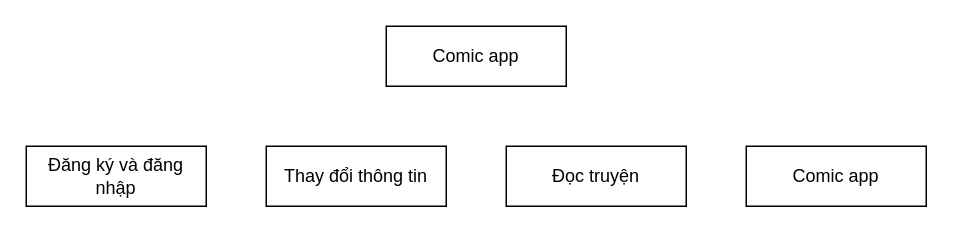
CosmicFishi/test_ki-m_th- keeps this draw.io diagram as Untitled Diagram.drawio. Above is the earlier version. Source tidied: cells renumbered, new cells numbered last; positions are measured from the earlier drawing's top-left corner, leaving out a move shared by most shapes. Both pictures are drawn from the tidied source at 150%, with x=0, y=0 at pixel (26, 26).
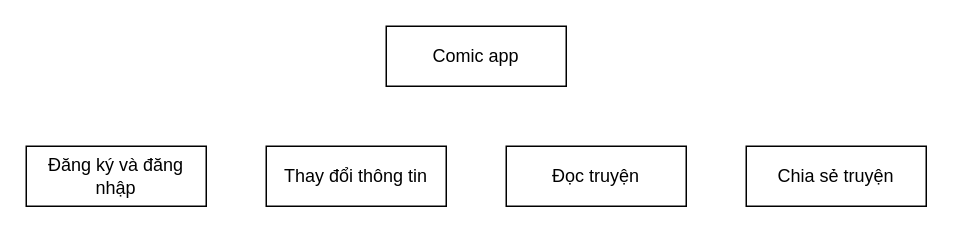
The same page after the edit.

What changed in the source:
```diff
@@
 <mxGraphModel>
   <root>
     <mxCell id="0" />
     <mxCell id="1" parent="0" />
     <mxCell id="2" value="Comic app" style="rounded=0;whiteSpace=wrap;html=1;" parent="1" vertex="1">
       <mxGeometry x="240" width="120" height="40" as="geometry" />
     </mxCell>
     <mxCell id="3" value="Đăng ký và đăng nhập" style="rounded=0;whiteSpace=wrap;html=1;" parent="1" vertex="1">
       <mxGeometry y="80" width="120" height="40" as="geometry" />
     </mxCell>
     <mxCell id="4" value="Thay đổi thông tin" style="rounded=0;whiteSpace=wrap;html=1;" parent="1" vertex="1">
       <mxGeometry x="160" y="80" width="120" height="40" as="geometry" />
     </mxCell>
     <mxCell id="5" value="Đọc truyện" style="rounded=0;whiteSpace=wrap;html=1;" parent="1" vertex="1">
       <mxGeometry x="320" y="80" width="120" height="40" as="geometry" />
     </mxCell>
-    <mxCell id="6" value="Comic app" style="rounded=0;whiteSpace=wrap;html=1;" parent="1" vertex="1">
+    <mxCell id="6" value="Chia sẻ truyện" style="rounded=0;whiteSpace=wrap;html=1;" parent="1" vertex="1">
       <mxGeometry x="480" y="80" width="120" height="40" as="geometry" />
     </mxCell>
   </root>
 </mxGraphModel>
```
